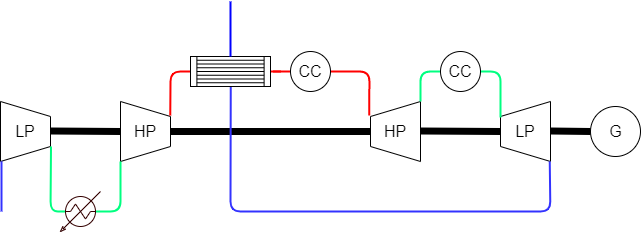
This is Chapitre_5/Images/IRHGT.png from Boreas3/TFE, a draw.io export, as it was before one commit. Source tidied: cells renumbered, new cells last; positions are measured from the earlier drawing's top-left corner, leaving out a move shared by most shapes.
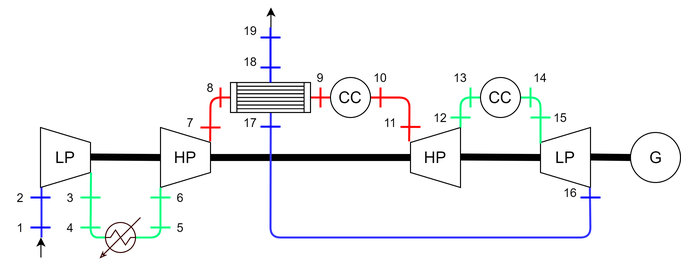
The same diagram one commit later.

The edit, as a diff of the source:
```diff
@@ -146,5 +146,188 @@
     <mxCell id="30" value="CC" style="text;html=1;strokeColor=none;fillColor=none;align=center;verticalAlign=middle;whiteSpace=wrap;rounded=0;fontSize=16;" parent="1" vertex="1">
       <mxGeometry x="440" y="60" width="40" height="20" as="geometry" />
     </mxCell>
+    <mxCell id="31" style="endArrow=none;html=1;strokeColor=#0000FF;strokeWidth=2;" parent="1" edge="1">
+      <mxGeometry relative="1" as="geometry">
+        <mxPoint x="-10" y="200" as="sourcePoint" />
+        <mxPoint x="10" y="200" as="targetPoint" />
+      </mxGeometry>
+    </mxCell>
+    <mxCell id="32" style="endArrow=none;html=1;strokeColor=#0000FF;strokeWidth=2;" parent="1" edge="1">
+      <mxGeometry relative="1" as="geometry">
+        <mxPoint x="-10" y="170" as="sourcePoint" />
+        <mxPoint x="10" y="170" as="targetPoint" />
+      </mxGeometry>
+    </mxCell>
+    <mxCell id="33" style="endArrow=none;html=1;strokeColor=#00FF80;strokeWidth=2;" parent="1" edge="1">
+      <mxGeometry relative="1" as="geometry">
+        <mxPoint x="40" y="170" as="sourcePoint" />
+        <mxPoint x="60" y="170" as="targetPoint" />
+      </mxGeometry>
+    </mxCell>
+    <mxCell id="34" style="endArrow=none;html=1;strokeColor=#00FF80;strokeWidth=2;" parent="1" edge="1">
+      <mxGeometry relative="1" as="geometry">
+        <mxPoint x="40" y="200" as="sourcePoint" />
+        <mxPoint x="60" y="200" as="targetPoint" />
+      </mxGeometry>
+    </mxCell>
+    <mxCell id="35" style="endArrow=none;html=1;strokeColor=#00FF80;strokeWidth=2;" parent="1" edge="1">
+      <mxGeometry relative="1" as="geometry">
+        <mxPoint x="110" y="200" as="sourcePoint" />
+        <mxPoint x="130" y="200" as="targetPoint" />
+      </mxGeometry>
+    </mxCell>
+    <mxCell id="36" style="endArrow=none;html=1;strokeColor=#00FF80;strokeWidth=2;" parent="1" edge="1">
+      <mxGeometry relative="1" as="geometry">
+        <mxPoint x="110" y="170" as="sourcePoint" />
+        <mxPoint x="130" y="170" as="targetPoint" />
+      </mxGeometry>
+    </mxCell>
+    <mxCell id="37" style="endArrow=none;html=1;strokeColor=#00FF80;strokeWidth=2;" parent="1" edge="1">
+      <mxGeometry relative="1" as="geometry">
+        <mxPoint x="410" y="90" as="sourcePoint" />
+        <mxPoint x="430" y="90" as="targetPoint" />
+      </mxGeometry>
+    </mxCell>
+    <mxCell id="38" style="endArrow=none;html=1;strokeColor=#00FF80;strokeWidth=2;" parent="1" edge="1">
+      <mxGeometry relative="1" as="geometry">
+        <mxPoint x="430" y="60" as="sourcePoint" />
+        <mxPoint x="430" y="80" as="targetPoint" />
+      </mxGeometry>
+    </mxCell>
+    <mxCell id="39" style="endArrow=none;html=1;strokeColor=#00FF80;strokeWidth=2;" parent="1" edge="1">
+      <mxGeometry relative="1" as="geometry">
+        <mxPoint x="490" y="60" as="sourcePoint" />
+        <mxPoint x="490" y="80" as="targetPoint" />
+      </mxGeometry>
+    </mxCell>
+    <mxCell id="40" style="endArrow=none;html=1;strokeColor=#00FF80;strokeWidth=2;" parent="1" edge="1">
+      <mxGeometry relative="1" as="geometry">
+        <mxPoint x="490" y="90" as="sourcePoint" />
+        <mxPoint x="510" y="90" as="targetPoint" />
+      </mxGeometry>
+    </mxCell>
+    <mxCell id="41" style="endArrow=none;html=1;strokeColor=#0000FF;strokeWidth=2;" parent="1" edge="1">
+      <mxGeometry relative="1" as="geometry">
+        <mxPoint x="540" y="170" as="sourcePoint" />
+        <mxPoint x="560" y="170" as="targetPoint" />
+      </mxGeometry>
+    </mxCell>
+    <mxCell id="42" style="endArrow=none;html=1;strokeColor=#0000FF;strokeWidth=2;" parent="1" edge="1">
+      <mxGeometry relative="1" as="geometry">
+        <mxPoint x="220" y="99.2" as="sourcePoint" />
+        <mxPoint x="240" y="99.2" as="targetPoint" />
+      </mxGeometry>
+    </mxCell>
+    <mxCell id="43" style="endArrow=none;html=1;strokeColor=#0000FF;strokeWidth=2;" parent="1" edge="1">
+      <mxGeometry relative="1" as="geometry">
+        <mxPoint x="220" y="40" as="sourcePoint" />
+        <mxPoint x="240" y="40" as="targetPoint" />
+      </mxGeometry>
+    </mxCell>
+    <mxCell id="44" style="endArrow=none;html=1;strokeColor=#0000FF;strokeWidth=2;" parent="1" edge="1">
+      <mxGeometry relative="1" as="geometry">
+        <mxPoint x="220" y="10" as="sourcePoint" />
+        <mxPoint x="240" y="10" as="targetPoint" />
+      </mxGeometry>
+    </mxCell>
+    <mxCell id="45" style="endArrow=none;html=1;strokeColor=#FF0000;strokeWidth=2;" parent="1" edge="1">
+      <mxGeometry relative="1" as="geometry">
+        <mxPoint x="160" y="100" as="sourcePoint" />
+        <mxPoint x="180" y="100" as="targetPoint" />
+      </mxGeometry>
+    </mxCell>
+    <mxCell id="46" style="endArrow=none;html=1;strokeColor=#FF0000;strokeWidth=2;" parent="1" edge="1">
+      <mxGeometry relative="1" as="geometry">
+        <mxPoint x="180" y="60" as="sourcePoint" />
+        <mxPoint x="180" y="80" as="targetPoint" />
+      </mxGeometry>
+    </mxCell>
+    <mxCell id="47" style="endArrow=none;html=1;strokeColor=#FF0000;strokeWidth=2;" parent="1" edge="1">
+      <mxGeometry relative="1" as="geometry">
+        <mxPoint x="280" y="60" as="sourcePoint" />
+        <mxPoint x="280" y="80" as="targetPoint" />
+      </mxGeometry>
+    </mxCell>
+    <mxCell id="48" style="endArrow=none;html=1;strokeColor=#FF0000;strokeWidth=2;" parent="1" edge="1">
+      <mxGeometry relative="1" as="geometry">
+        <mxPoint x="340" y="60" as="sourcePoint" />
+        <mxPoint x="340" y="80" as="targetPoint" />
+      </mxGeometry>
+    </mxCell>
+    <mxCell id="49" style="endArrow=none;html=1;strokeColor=#FF0000;strokeWidth=2;" parent="1" edge="1">
+      <mxGeometry relative="1" as="geometry">
+        <mxPoint x="360" y="99.4" as="sourcePoint" />
+        <mxPoint x="380" y="99.4" as="targetPoint" />
+      </mxGeometry>
+    </mxCell>
+    <mxCell id="50" value="1" style="text;html=1;strokeColor=none;fillColor=none;align=center;verticalAlign=middle;whiteSpace=wrap;rounded=0;" parent="1" vertex="1">
+      <mxGeometry x="-40" y="190" width="40" height="20" as="geometry" />
+    </mxCell>
+    <mxCell id="51" value="2" style="text;html=1;strokeColor=none;fillColor=none;align=center;verticalAlign=middle;whiteSpace=wrap;rounded=0;" parent="1" vertex="1">
+      <mxGeometry x="-40" y="160" width="40" height="20" as="geometry" />
+    </mxCell>
+    <mxCell id="52" value="3" style="text;html=1;strokeColor=none;fillColor=none;align=center;verticalAlign=middle;whiteSpace=wrap;rounded=0;" parent="1" vertex="1">
+      <mxGeometry x="10" y="160" width="40" height="20" as="geometry" />
+    </mxCell>
+    <mxCell id="53" value="4" style="text;html=1;strokeColor=none;fillColor=none;align=center;verticalAlign=middle;whiteSpace=wrap;rounded=0;" parent="1" vertex="1">
+      <mxGeometry x="10" y="190" width="40" height="20" as="geometry" />
+    </mxCell>
+    <mxCell id="54" value="5" style="text;html=1;strokeColor=none;fillColor=none;align=center;verticalAlign=middle;whiteSpace=wrap;rounded=0;" parent="1" vertex="1">
+      <mxGeometry x="120" y="190" width="40" height="20" as="geometry" />
+    </mxCell>
+    <mxCell id="55" value="6" style="text;html=1;strokeColor=none;fillColor=none;align=center;verticalAlign=middle;whiteSpace=wrap;rounded=0;" parent="1" vertex="1">
+      <mxGeometry x="120" y="160" width="40" height="20" as="geometry" />
+    </mxCell>
+    <mxCell id="56" value="7" style="text;html=1;strokeColor=none;fillColor=none;align=center;verticalAlign=middle;whiteSpace=wrap;rounded=0;" parent="1" vertex="1">
+      <mxGeometry x="130" y="85" width="40" height="20" as="geometry" />
+    </mxCell>
+    <mxCell id="57" value="8" style="text;html=1;strokeColor=none;fillColor=none;align=center;verticalAlign=middle;whiteSpace=wrap;rounded=0;" parent="1" vertex="1">
+      <mxGeometry x="150" y="50" width="40" height="20" as="geometry" />
+    </mxCell>
+    <mxCell id="58" value="9" style="text;html=1;strokeColor=none;fillColor=none;align=center;verticalAlign=middle;whiteSpace=wrap;rounded=0;" parent="1" vertex="1">
+      <mxGeometry x="260" y="40" width="40" height="20" as="geometry" />
+    </mxCell>
+    <mxCell id="59" value="10" style="text;html=1;strokeColor=none;fillColor=none;align=center;verticalAlign=middle;whiteSpace=wrap;rounded=0;" parent="1" vertex="1">
+      <mxGeometry x="320" y="40" width="40" height="20" as="geometry" />
+    </mxCell>
+    <mxCell id="60" value="11" style="text;html=1;strokeColor=none;fillColor=none;align=center;verticalAlign=middle;whiteSpace=wrap;rounded=0;" parent="1" vertex="1">
+      <mxGeometry x="330" y="85" width="40" height="20" as="geometry" />
+    </mxCell>
+    <mxCell id="61" value="12" style="text;html=1;strokeColor=none;fillColor=none;align=center;verticalAlign=middle;whiteSpace=wrap;rounded=0;" parent="1" vertex="1">
+      <mxGeometry x="380" y="80" width="40" height="20" as="geometry" />
+    </mxCell>
+    <mxCell id="62" value="13" style="text;html=1;strokeColor=none;fillColor=none;align=center;verticalAlign=middle;whiteSpace=wrap;rounded=0;" parent="1" vertex="1">
+      <mxGeometry x="400" y="40" width="40" height="20" as="geometry" />
+    </mxCell>
+    <mxCell id="63" value="14" style="text;html=1;strokeColor=none;fillColor=none;align=center;verticalAlign=middle;whiteSpace=wrap;rounded=0;" parent="1" vertex="1">
+      <mxGeometry x="480" y="40" width="40" height="20" as="geometry" />
+    </mxCell>
+    <mxCell id="64" value="15" style="text;html=1;strokeColor=none;fillColor=none;align=center;verticalAlign=middle;whiteSpace=wrap;rounded=0;" parent="1" vertex="1">
+      <mxGeometry x="500" y="80" width="40" height="20" as="geometry" />
+    </mxCell>
+    <mxCell id="65" value="16" style="text;html=1;strokeColor=none;fillColor=none;align=center;verticalAlign=middle;whiteSpace=wrap;rounded=0;" parent="1" vertex="1">
+      <mxGeometry x="510" y="155" width="40" height="20" as="geometry" />
+    </mxCell>
+    <mxCell id="66" value="17" style="text;html=1;strokeColor=none;fillColor=none;align=center;verticalAlign=middle;whiteSpace=wrap;rounded=0;" parent="1" vertex="1">
+      <mxGeometry x="190" y="85" width="40" height="20" as="geometry" />
+    </mxCell>
+    <mxCell id="67" value="18" style="text;html=1;strokeColor=none;fillColor=none;align=center;verticalAlign=middle;whiteSpace=wrap;rounded=0;" parent="1" vertex="1">
+      <mxGeometry x="190" y="24" width="40" height="20" as="geometry" />
+    </mxCell>
+    <mxCell id="68" value="19" style="text;html=1;strokeColor=none;fillColor=none;align=center;verticalAlign=middle;whiteSpace=wrap;rounded=0;" parent="1" vertex="1">
+      <mxGeometry x="190" y="-7" width="40" height="20" as="geometry" />
+    </mxCell>
+    <mxCell id="69" style="endArrow=classic;html=1;" parent="1" edge="1">
+      <mxGeometry relative="1" as="geometry">
+        <mxPoint x="0.4" y="230" as="sourcePoint" />
+        <mxPoint x="0.4" y="210" as="targetPoint" />
+      </mxGeometry>
+    </mxCell>
+    <mxCell id="70" style="endArrow=classic;html=1;" parent="1" edge="1">
+      <mxGeometry relative="1" as="geometry">
+        <mxPoint x="230.4" as="sourcePoint" />
+        <mxPoint x="230.4" y="-20" as="targetPoint" />
+      </mxGeometry>
+    </mxCell>
   </root>
 </mxGraphModel>
```
